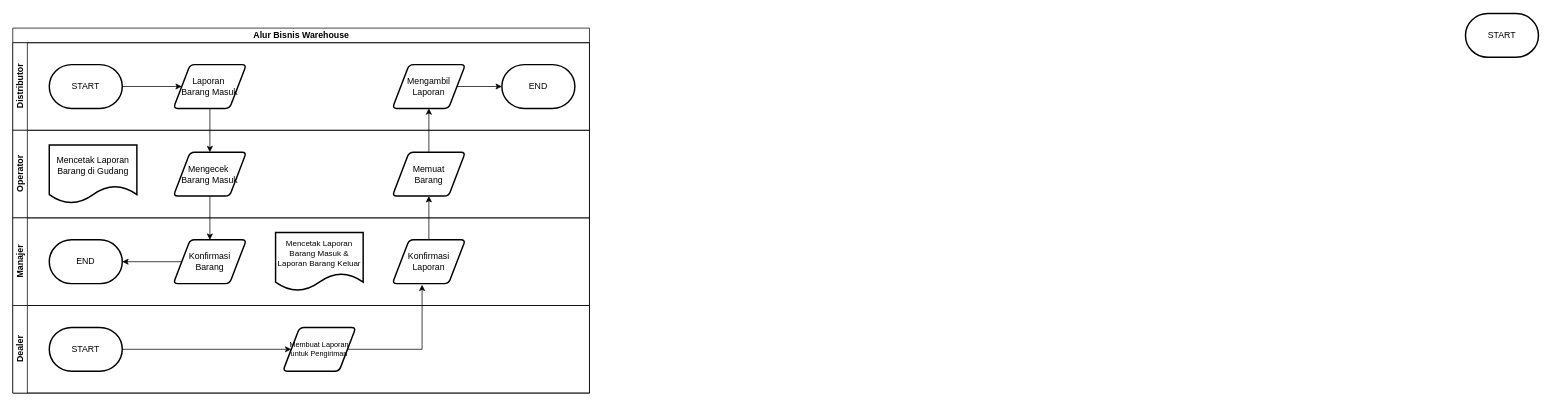
reftack21/TUBESALPROKEL5 keeps this draw.io diagram as Alur Bisnis Warehouse.drawio. Above is the earlier version. Source tidied: cells renumbered, new cells numbered last; positions are measured from the earlier drawing's top-left corner, leaving out a move shared by most shapes. Both pictures are drawn from the tidied source at 73%, with x=0, y=0 at pixel (12, 13).
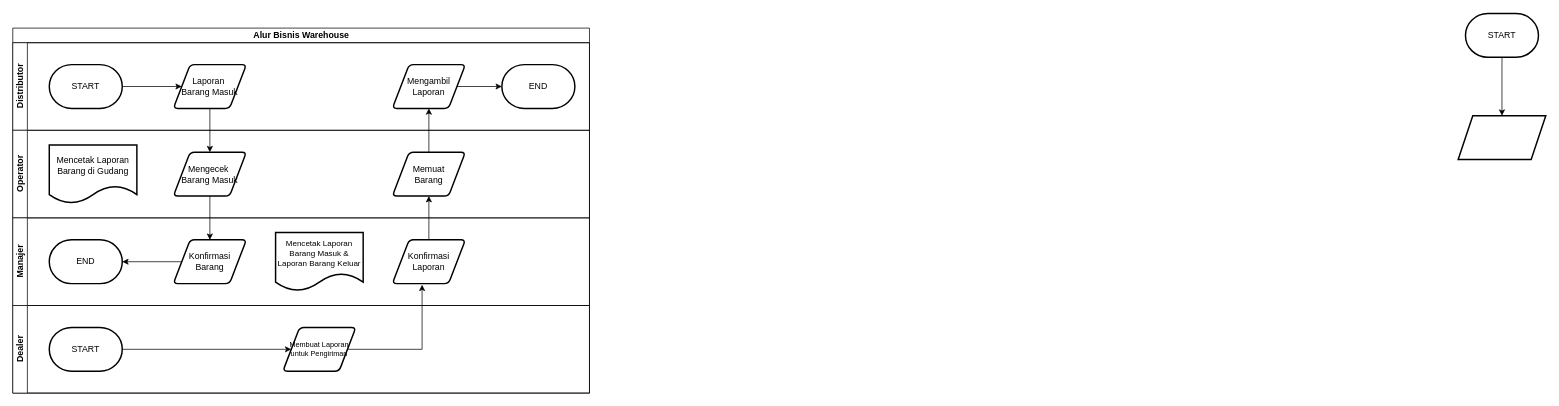
The same diagram, later.

Unchanged cells that the change refers to:
```xml
<mxCell id="29" value="START" style="strokeWidth=2;html=1;shape=mxgraph.flowchart.terminator;whiteSpace=wrap;" parent="1" vertex="1">
  <mxGeometry x="1990" width="100" height="60" as="geometry" />
</mxCell>
```

The edit, as a diff of the source:
```diff
@@
+    <mxCell id="30" style="edgeStyle=orthogonalEdgeStyle;rounded=0;jettySize=auto;html=1;" parent="1" edge="1" source="29" target="31">
+      <mxGeometry relative="1" as="geometry" />
+    </mxCell>
@@
+    <mxCell id="31" style="shape=parallelogram;perimeter=parallelogramPerimeter;whiteSpace=wrap;html=1;fixedSize=1;strokeWidth=2;" parent="1" vertex="1">
+      <mxGeometry x="1980" y="140" width="120" height="60" as="geometry" />
+    </mxCell>
```
